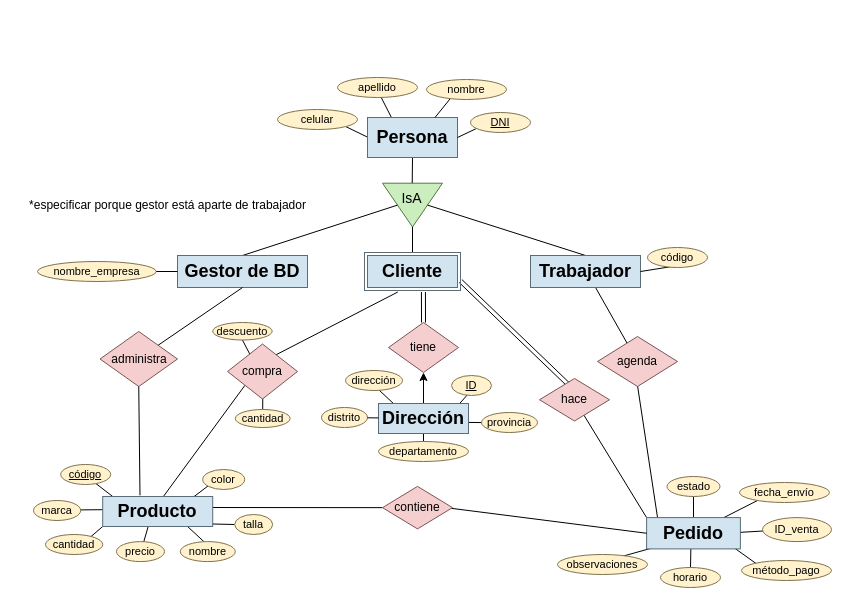
Before: Diagrama sin título.drawio in flaqq0/yoc, a draw.io diagram. Source tidied: cells renumbered, new cells numbered last; positions are measured from the earlier drawing's top-left corner, leaving out a move shared by most shapes. Both pictures are drawn from the tidied source at 100%, with x=0, y=0 at pixel (17, 77).
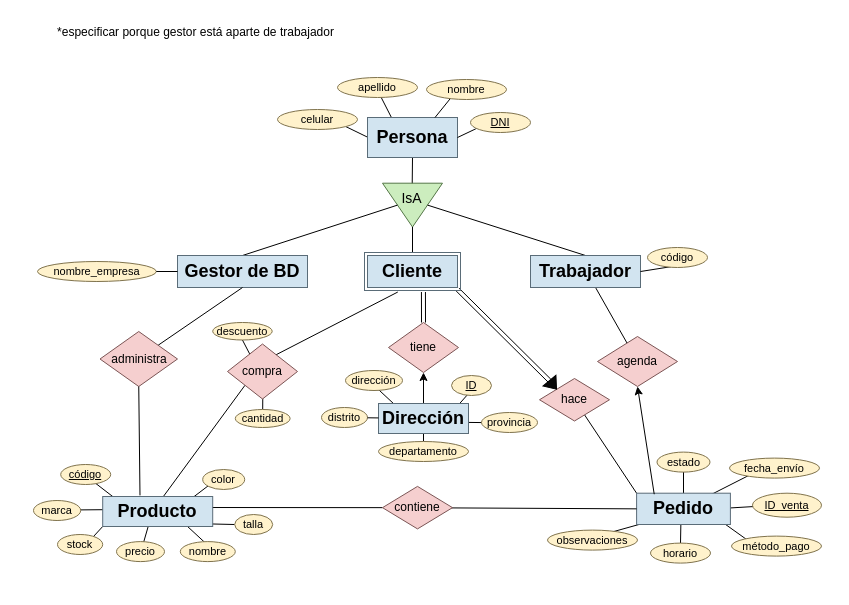
Above is the later version.

The change refers to these unchanged cells:
```xml
<mxCell id="47" value="agenda" style="rhombus;whiteSpace=wrap;html=1;fillColor=#F5CFCF;strokeColor=#7B5555;" parent="1" vertex="1">
  <mxGeometry x="580" y="259" width="80" height="50" as="geometry" />
</mxCell>
<mxCell id="58" value="&lt;span style=&quot;font-size: 18px;&quot;&gt;&lt;b&gt;Pedido&lt;/b&gt;&lt;/span&gt;" style="rounded=0;whiteSpace=wrap;html=1;fillColor=#d2e4f0;strokeColor=#5a6c78;shadow=0;" parent="57" vertex="1">
  <mxGeometry x="3.1" y="2.3" width="93.8" height="31.3" as="geometry" />
</mxCell>
<mxCell id="65" style="rounded=0;whiteSpace=wrap;html=1;strokeColor=#5A6C78;fillColor=none;" parent="64" vertex="1">
  <mxGeometry width="96" height="38" as="geometry" />
</mxCell>
<mxCell id="67" value="&lt;font style=&quot;font-size: 12px;&quot;&gt;hace&lt;/font&gt;" style="rhombus;whiteSpace=wrap;html=1;fillColor=#F5CFCF;strokeColor=#7B5555;" parent="1" vertex="1">
  <mxGeometry x="522" y="301" width="70" height="42.5" as="geometry" />
</mxCell>
```

The edit, as a diff of the source:
```diff
@@
-    <mxCell id="12" style="endArrow=none;html=1;rounded=0;entryX=0.495;entryY=0.928;entryDx=0;entryDy=0;entryPerimeter=0;exitX=0.122;exitY=0.106;exitDx=0;exitDy=0;exitPerimeter=0;" parent="1" edge="1" source="58" target="47">
-      <mxGeometry relative="1" as="geometry" />
-    </mxCell>
@@
-    <mxCell id="56" style="shape=link;html=1;rounded=0;exitX=1;exitY=0.75;exitDx=0;exitDy=0;entryX=0.423;entryY=0.16;entryDx=0;entryDy=0;entryPerimeter=0;" parent="1" edge="1" source="65" target="67">
+    <mxCell id="56" style="shape=link;html=1;rounded=0;exitX=0.969;exitY=0.974;exitDx=0;exitDy=0;entryX=0;entryY=0.5;entryDx=0;entryDy=0;exitPerimeter=0;" parent="1" edge="1" source="65" target="90">
       <mxGeometry relative="1" as="geometry" />
     </mxCell>
     <mxCell id="57" style="group;" parent="1" vertex="1">
-      <mxGeometry x="626" y="437.8" width="100" height="36" as="geometry" />
+      <mxGeometry x="616" y="413.4" width="100" height="36" as="geometry" />
     </mxCell>
@@
     <mxCell id="63" value="&lt;font style=&quot;font-size: 11px;&quot;&gt;método_pago&lt;/font&gt;" style="ellipse;whiteSpace=wrap;html=1;fillColor=#FFF2CC;strokeColor=#80734D;" parent="1" vertex="1">
-      <mxGeometry x="724" y="483" width="90" height="20" as="geometry" />
+      <mxGeometry x="714" y="458.6" width="90" height="20" as="geometry" />
     </mxCell>
@@
     <mxCell id="68" value="&lt;font style=&quot;font-size: 11px;&quot;&gt;estado&lt;/font&gt;" style="ellipse;whiteSpace=wrap;html=1;fillColor=#FFF2CC;strokeColor=#80734D;" parent="1" vertex="1">
-      <mxGeometry x="649.5" y="399" width="53" height="20" as="geometry" />
+      <mxGeometry x="639.5" y="374.6" width="53" height="20" as="geometry" />
     </mxCell>
-    <mxCell id="69" value="&lt;font style=&quot;font-size: 11px;&quot;&gt;ID_venta&lt;/font&gt;" style="ellipse;whiteSpace=wrap;html=1;fillColor=#FFF2CC;strokeColor=#80734D;" parent="1" vertex="1">
-      <mxGeometry x="745" y="440.1" width="69" height="24" as="geometry" />
+    <mxCell id="69" value="&lt;font style=&quot;font-size: 11px;&quot;&gt;ID_venta&lt;/font&gt;" style="ellipse;whiteSpace=wrap;html=1;fillColor=#FFF2CC;strokeColor=#80734D;fontStyle=4;" parent="1" vertex="1">
+      <mxGeometry x="735" y="415.7" width="69" height="24" as="geometry" />
     </mxCell>
@@
     <mxCell id="72" value="*especificar porque gestor está aparte de trabajador" style="text;html=1;align=center;verticalAlign=middle;strokeColor=none;fillColor=none;" parent="1" vertex="1">
-      <mxGeometry y="112.6" width="300" height="30" as="geometry" />
+      <mxGeometry x="28" y="-60" width="300" height="30" as="geometry" />
     </mxCell>
@@
     <mxCell id="80" value="&lt;font style=&quot;font-size: 11px;&quot;&gt;observaciones&lt;/font&gt;" style="ellipse;whiteSpace=wrap;html=1;fillColor=#FFF2CC;strokeColor=#80734D;" parent="1" vertex="1">
-      <mxGeometry x="540" y="477" width="90" height="20" as="geometry" />
+      <mxGeometry x="530" y="452.6" width="90" height="20" as="geometry" />
     </mxCell>
     <mxCell id="81" value="&lt;font style=&quot;font-size: 11px;&quot;&gt;horario&lt;/font&gt;" style="ellipse;whiteSpace=wrap;html=1;fillColor=#FFF2CC;strokeColor=#80734D;" parent="1" vertex="1">
-      <mxGeometry x="643" y="490" width="60" height="20" as="geometry" />
+      <mxGeometry x="633" y="465.6" width="60" height="20" as="geometry" />
     </mxCell>
     <mxCell id="82" value="&lt;font style=&quot;font-size: 11px;&quot;&gt;fecha_envío&lt;/font&gt;" style="ellipse;whiteSpace=wrap;html=1;fillColor=#FFF2CC;strokeColor=#80734D;" parent="1" vertex="1">
-      <mxGeometry x="722" y="405" width="90" height="20" as="geometry" />
+      <mxGeometry x="712" y="380.6" width="90" height="20" as="geometry" />
     </mxCell>
@@
-    <mxCell id="88" value="&lt;font style=&quot;font-size: 11px;&quot;&gt;cantidad&lt;/font&gt;" style="ellipse;whiteSpace=wrap;html=1;fillColor=#FFF2CC;strokeColor=#80734D;" parent="1" vertex="1">
-      <mxGeometry x="28" y="457" width="57.2" height="20" as="geometry" />
+    <mxCell id="88" value="&lt;font style=&quot;font-size: 11px;&quot;&gt;stock&lt;/font&gt;" style="ellipse;whiteSpace=wrap;html=1;fillColor=#FFF2CC;strokeColor=#80734D;" parent="1" vertex="1">
+      <mxGeometry x="40" y="457" width="45.2" height="20" as="geometry" />
     </mxCell>
@@
+    <mxCell id="90" style="triangle;whiteSpace=wrap;html=1;rotation=50.2;fillColor=#080808;" parent="1" vertex="1">
+      <mxGeometry x="530" y="299" width="11" height="16.8" as="geometry" />
+    </mxCell>
+    <mxCell id="12" style="endArrow=classic;html=1;rounded=0;entryX=0.5;entryY=1;entryDx=0;entryDy=0;exitX=0.188;exitY=0.033;exitDx=0;exitDy=0;exitPerimeter=0;" parent="1" edge="1" source="58" target="47">
+      <mxGeometry relative="1" as="geometry" />
+    </mxCell>
```
